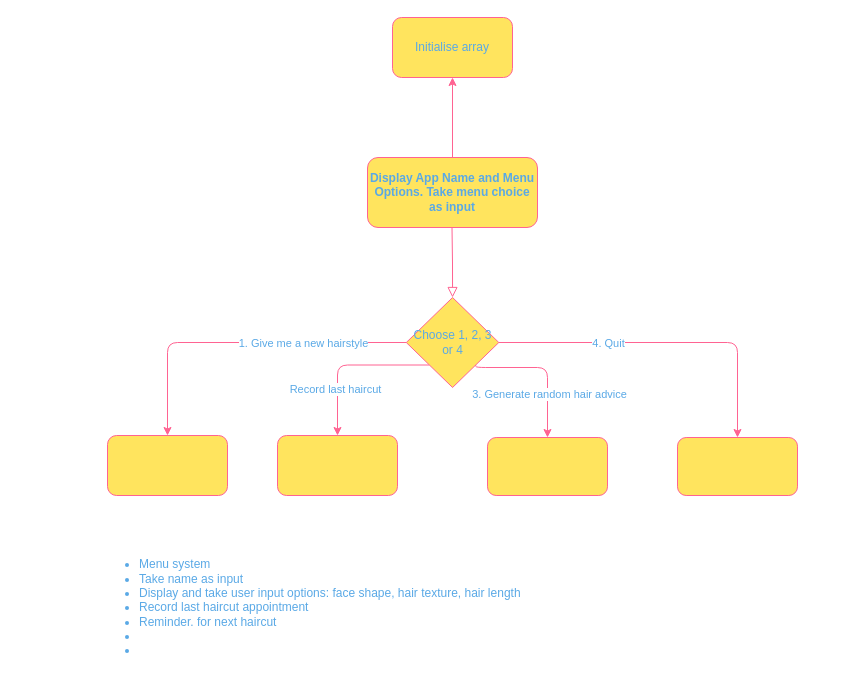
karlatolentino/T1A3---Terminal-App keeps this draw.io diagram as docs/diagram.drawio. Above is the earlier version. Source tidied: cells renumbered, new cells numbered last; positions are measured from the earlier drawing's top-left corner, leaving out a move shared by most shapes. Both pictures are drawn from the tidied source at 100%, with x=0, y=0 at pixel (97, 17).
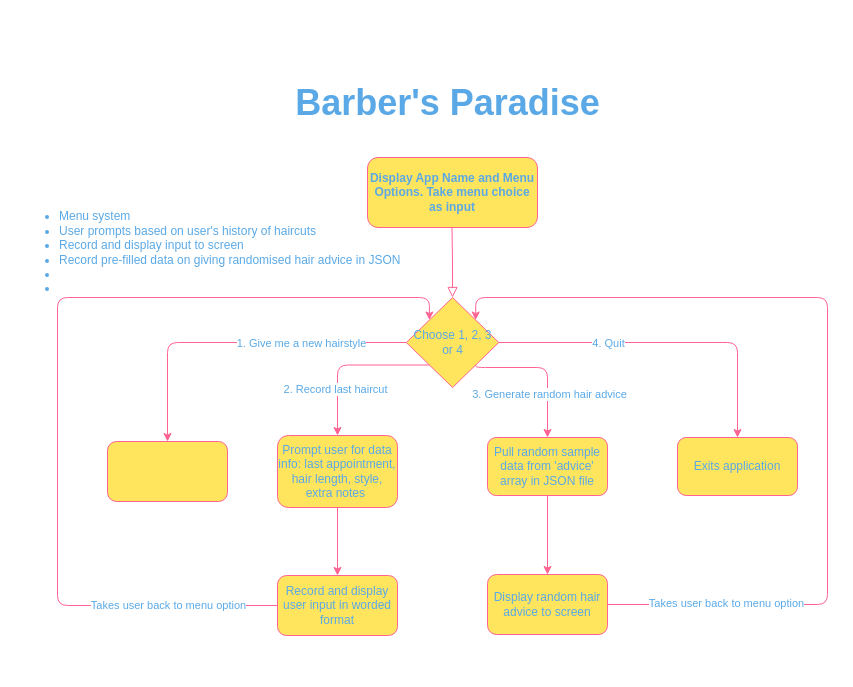
After the change.

Commit message (it also covers changes not shown here):
updated flowchart diagram

Unchanged cells that the change refers to:
```xml
<mxCell id="4" value="&lt;b&gt;Display App Name and Menu Options. Take menu choice as input&lt;/b&gt;" style="rounded=1;whiteSpace=wrap;html=1;fontSize=12;glass=0;strokeWidth=1;shadow=0;fillColor=#FFE45E;strokeColor=#FF6392;fontColor=#5AA9E6;" parent="1" vertex="1">
  <mxGeometry x="270" y="140" width="170" height="70" as="geometry" />
</mxCell>
<mxCell id="8" style="edgeStyle=orthogonalEdgeStyle;curved=0;rounded=1;sketch=0;jettySize=auto;html=1;exitX=0;exitY=1;exitDx=0;exitDy=0;entryX=0.5;entryY=0;entryDx=0;entryDy=0;strokeColor=#FF6392;fillColor=#FFE45E;fontColor=#5AA9E6;" parent="1" edge="1" source="14" target="17">
  <mxGeometry relative="1" as="geometry" />
</mxCell>
<mxCell id="14" value="Choose 1, 2, 3 or 4" style="rhombus;whiteSpace=wrap;html=1;rounded=0;sketch=0;strokeColor=#FF6392;fillColor=#FFE45E;fontColor=#5AA9E6;" parent="1" vertex="1">
  <mxGeometry x="308.8" y="280" width="92.5" height="90" as="geometry" />
</mxCell>
```

Diff of the diagram source:
```diff
@@
-    <mxCell id="3" style="edgeStyle=orthogonalEdgeStyle;curved=0;rounded=1;sketch=0;jettySize=auto;html=1;strokeColor=#FF6392;fillColor=#FFE45E;fontColor=#5AA9E6;" parent="1" edge="1" source="4" target="15">
-      <mxGeometry relative="1" as="geometry" />
-    </mxCell>
@@
-    <mxCell id="5" value="&lt;ul&gt;&lt;li&gt;Menu system&lt;/li&gt;&lt;li&gt;Take name as input&lt;/li&gt;&lt;li&gt;Display and take user input options: face shape, hair texture, hair length&lt;/li&gt;&lt;li&gt;Record last haircut appointment&lt;/li&gt;&lt;li&gt;Reminder. for next haircut&lt;/li&gt;&lt;li&gt;&lt;br&gt;&lt;/li&gt;&lt;li&gt;&lt;br&gt;&lt;/li&gt;&lt;/ul&gt;" style="text;html=1;align=left;verticalAlign=middle;fontColor=#5AA9E6;rotation=0;imageAspect=0;" parent="1" vertex="1">
-      <mxGeometry y="530" width="440" height="120" as="geometry" />
+    <mxCell id="5" value="&lt;ul&gt;&lt;li&gt;Menu system&lt;/li&gt;&lt;li&gt;&lt;span&gt;User prompts based on user's history of haircuts&amp;nbsp;&lt;/span&gt;&lt;br&gt;&lt;/li&gt;&lt;li&gt;&lt;span&gt;Record and display input to screen&amp;nbsp;&lt;/span&gt;&lt;/li&gt;&lt;li&gt;Record pre-filled data on giving randomised hair advice in JSON&lt;/li&gt;&lt;li&gt;&lt;br&gt;&lt;/li&gt;&lt;li&gt;&lt;br&gt;&lt;/li&gt;&lt;/ul&gt;" style="text;html=1;align=left;verticalAlign=middle;fontColor=#5AA9E6;rotation=0;imageAspect=0;" parent="1" vertex="1">
+      <mxGeometry x="-80" y="180" width="400" height="110" as="geometry" />
     </mxCell>
@@
-    <mxCell id="9" value="Record last haircut" style="edgeLabel;html=1;align=center;verticalAlign=middle;fontColor=#5AA9E6;" parent="8" vertex="1">
+    <mxCell id="9" value="2. Record last haircut" style="edgeLabel;html=1;align=center;verticalAlign=middle;fontColor=#5AA9E6;" parent="8" vertex="1">
       <mxGeometry x="0.43" y="-3" relative="1" as="geometry" />
     </mxCell>
@@
-    <mxCell id="15" value="Initialise array" style="whiteSpace=wrap;html=1;rounded=1;shadow=0;fontColor=#5AA9E6;strokeColor=#FF6392;strokeWidth=1;fillColor=#FFE45E;glass=0;" parent="1" vertex="1">
-      <mxGeometry x="295" width="120" height="60" as="geometry" />
-    </mxCell>
     <mxCell id="16" style="rounded=1;whiteSpace=wrap;html=1;sketch=0;strokeColor=#FF6392;fillColor=#FFE45E;fontColor=#5AA9E6;" parent="1" vertex="1">
-      <mxGeometry x="10" y="418" width="120" height="60" as="geometry" />
+      <mxGeometry x="10" y="424" width="120" height="60" as="geometry" />
     </mxCell>
+    <mxCell id="20" style="edgeStyle=orthogonalEdgeStyle;curved=0;rounded=1;sketch=0;jettySize=auto;html=1;strokeColor=#FF6392;fillColor=#FFE45E;fontColor=#5AA9E6;" parent="1" edge="1" source="17" target="27">
+      <mxGeometry relative="1" as="geometry" />
+    </mxCell>
-    <mxCell id="17" style="rounded=1;whiteSpace=wrap;html=1;sketch=0;strokeColor=#FF6392;fillColor=#FFE45E;fontColor=#5AA9E6;" parent="1" vertex="1">
-      <mxGeometry x="180" y="418" width="120" height="60" as="geometry" />
+    <mxCell id="17" value="Prompt user for data info: last appointment, hair length, style, extra notes&amp;nbsp;" style="rounded=1;whiteSpace=wrap;html=1;sketch=0;strokeColor=#FF6392;fillColor=#FFE45E;fontColor=#5AA9E6;" parent="1" vertex="1">
+      <mxGeometry x="180" y="418" width="120" height="72" as="geometry" />
     </mxCell>
+    <mxCell id="21" style="edgeStyle=orthogonalEdgeStyle;curved=0;rounded=1;sketch=0;jettySize=auto;html=1;strokeColor=#FF6392;fillColor=#FFE45E;fontColor=#5AA9E6;" parent="1" edge="1" source="18" target="25">
+      <mxGeometry relative="1" as="geometry" />
+    </mxCell>
-    <mxCell id="18" style="rounded=1;whiteSpace=wrap;html=1;sketch=0;strokeColor=#FF6392;fillColor=#FFE45E;fontColor=#5AA9E6;" parent="1" vertex="1">
+    <mxCell id="18" value="Pull random sample data from 'advice' array in JSON file" style="rounded=1;whiteSpace=wrap;html=1;sketch=0;strokeColor=#FF6392;fillColor=#FFE45E;fontColor=#5AA9E6;" parent="1" vertex="1">
       <mxGeometry x="390" y="420" width="120" height="58" as="geometry" />
     </mxCell>
-    <mxCell id="19" style="rounded=1;whiteSpace=wrap;html=1;sketch=0;strokeColor=#FF6392;fillColor=#FFE45E;fontColor=#5AA9E6;" parent="1" vertex="1">
+    <mxCell id="19" value="Exits application" style="rounded=1;whiteSpace=wrap;html=1;sketch=0;strokeColor=#FF6392;fillColor=#FFE45E;fontColor=#5AA9E6;" parent="1" vertex="1">
       <mxGeometry x="580" y="420" width="120" height="58" as="geometry" />
     </mxCell>
+    <mxCell id="22" value="&lt;font style=&quot;font-size: 36px&quot;&gt;&lt;b&gt;Barber's Paradise&lt;/b&gt;&lt;/font&gt;" style="text;html=1;align=center;verticalAlign=middle;fontColor=#5AA9E6;" parent="1" vertex="1">
+      <mxGeometry x="190" y="70" width="320" height="30" as="geometry" />
+    </mxCell>
+    <mxCell id="23" style="edgeStyle=orthogonalEdgeStyle;curved=0;rounded=1;sketch=0;jettySize=auto;html=1;exitX=1;exitY=0.5;exitDx=0;exitDy=0;strokeColor=#FF6392;fillColor=#FFE45E;fontColor=#5AA9E6;entryX=1;entryY=0;entryDx=0;entryDy=0;" parent="1" edge="1" source="25" target="14">
+      <mxGeometry relative="1" as="geometry">
+        <Array as="points">
+          <mxPoint x="730" y="587" />
+          <mxPoint x="730" y="280" />
+          <mxPoint x="378" y="280" />
+        </Array>
+      </mxGeometry>
+    </mxCell>
+    <mxCell id="24" value="Takes user back to menu option&lt;br&gt;" style="edgeLabel;html=1;align=center;verticalAlign=middle;fontColor=#5AA9E6;" parent="23" vertex="1">
+      <mxGeometry x="-0.7" y="2" relative="1" as="geometry">
+        <mxPoint x="-17" as="offset" />
+      </mxGeometry>
+    </mxCell>
+    <mxCell id="25" value="Display random hair advice to screen" style="whiteSpace=wrap;html=1;rounded=1;fontColor=#5AA9E6;strokeColor=#FF6392;fillColor=#FFE45E;sketch=0;" parent="1" vertex="1">
+      <mxGeometry x="390" y="557" width="120" height="60" as="geometry" />
+    </mxCell>
+    <mxCell id="26" style="edgeStyle=orthogonalEdgeStyle;curved=0;rounded=1;sketch=0;jettySize=auto;html=1;exitX=0;exitY=0.5;exitDx=0;exitDy=0;entryX=0;entryY=0;entryDx=0;entryDy=0;strokeColor=#FF6392;fillColor=#FFE45E;fontColor=#5AA9E6;" parent="1" edge="1" source="27" target="14">
+      <mxGeometry relative="1" as="geometry">
+        <Array as="points">
+          <mxPoint x="-40" y="588" />
+          <mxPoint x="-40" y="280" />
+          <mxPoint x="332" y="280" />
+        </Array>
+      </mxGeometry>
+    </mxCell>
+    <mxCell id="27" value="Record and display user input in worded format" style="whiteSpace=wrap;html=1;rounded=1;fontColor=#5AA9E6;strokeColor=#FF6392;fillColor=#FFE45E;sketch=0;" parent="1" vertex="1">
+      <mxGeometry x="180" y="558" width="120" height="60" as="geometry" />
+    </mxCell>
+    <mxCell id="28" value="Takes user back to menu option&lt;br&gt;" style="edgeLabel;html=1;align=center;verticalAlign=middle;fontColor=#5AA9E6;" parent="1" vertex="1">
+      <mxGeometry x="70" y="587" as="geometry" />
+    </mxCell>
```
